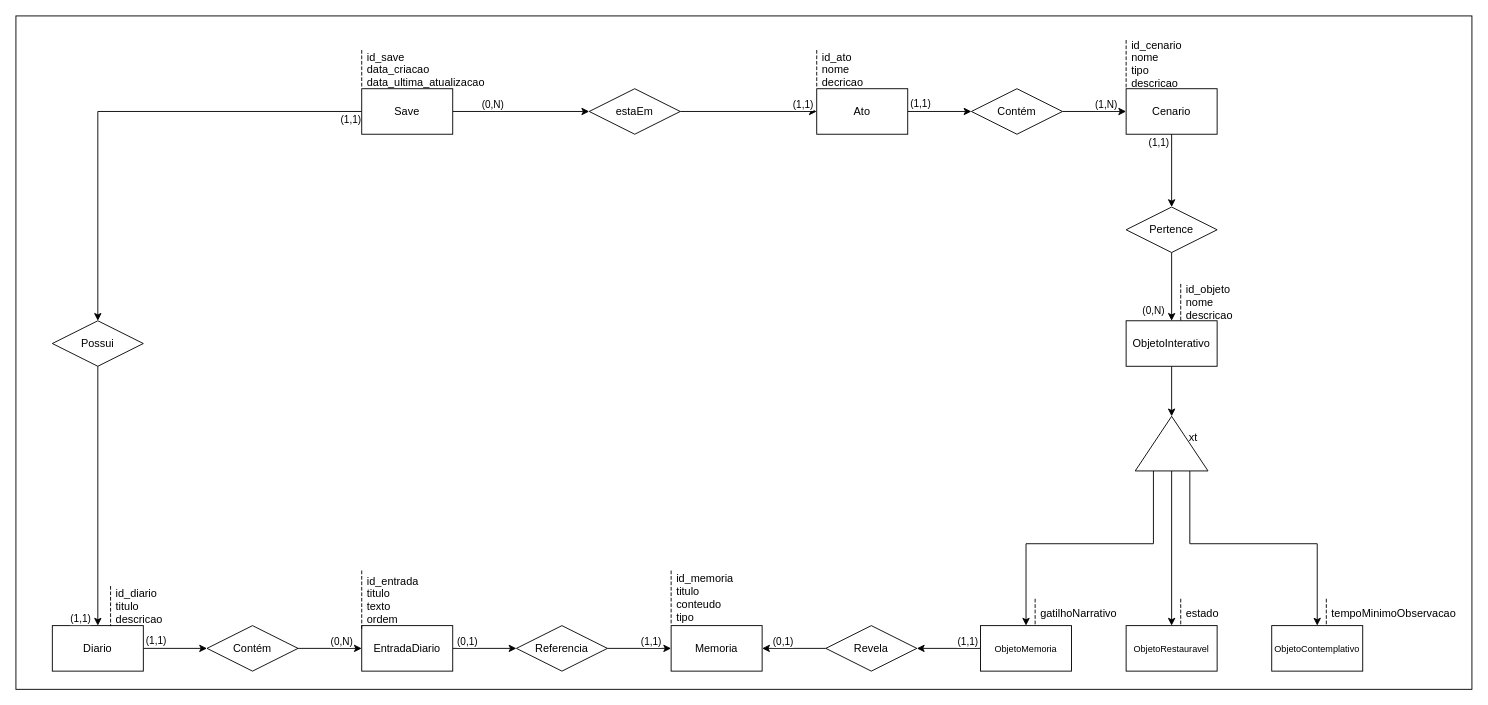
Above: docs/diagrama-entidade-relacionamento/diagrama-entidade-relacionamento.drawio in omatheusfaria/Ani (draw.io), before the change. Source tidied: cells renumbered, new cells numbered last; positions are measured from the earlier drawing's top-left corner, leaving out a move shared by most shapes. Both pictures are drawn from the tidied source at 91%, with x=0, y=0 at pixel (15, 15).
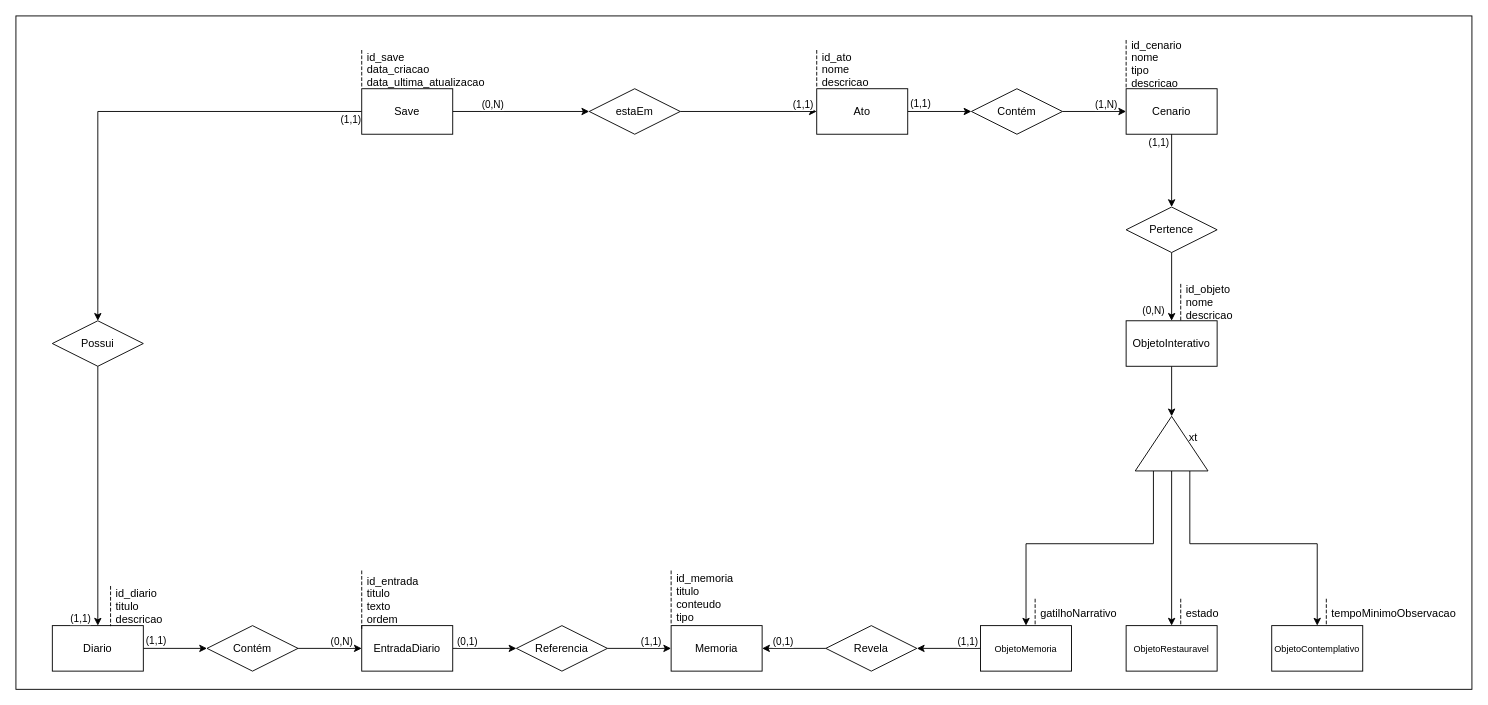
The same page after the edit.

What changed in the source:
```diff
@@
-    <mxCell id="45" value="id_ato&#10;nome&#10;decricao" style="shape=partialRectangle;fillColor=none;align=left;verticalAlign=middle;strokeColor=none;spacingLeft=34;" parent="1" vertex="1">
+    <mxCell id="45" value="id_ato&#10;nome&#10;descricao" style="shape=partialRectangle;fillColor=none;align=left;verticalAlign=middle;strokeColor=none;spacingLeft=34;" parent="1" vertex="1">
       <mxGeometry x="850" y="38" width="90" height="41" as="geometry" />
     </mxCell>
```
